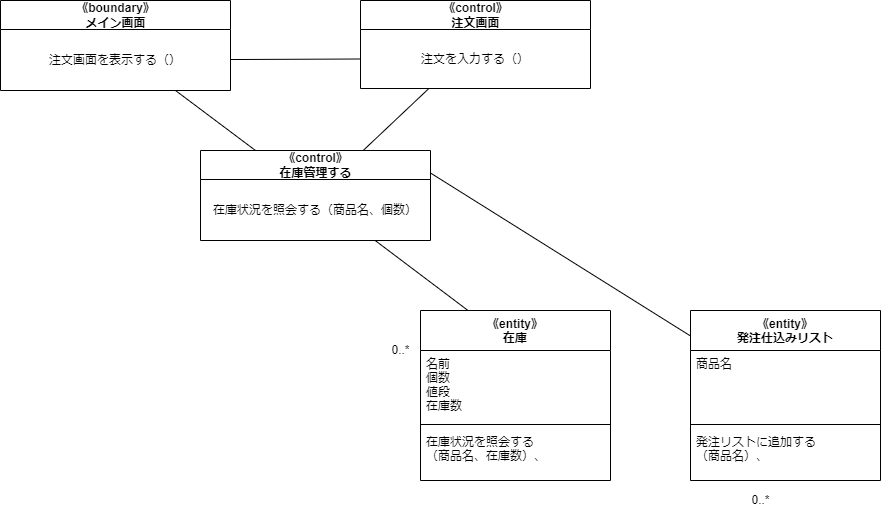
The draw.io diagram psp4/分析モデルのクラス図/分析モデルクラス図_オーダー.drawio.png in MasakiHiguchi/---, before a commit. Source tidied: cells renumbered, new cells last; positions are measured from the earlier drawing's top-left corner, leaving out a move shared by most shapes.
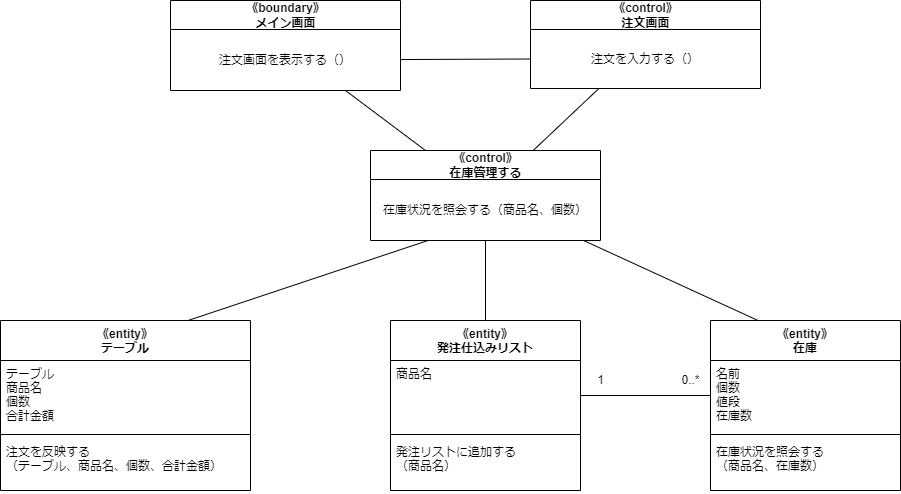
Later version of the same file.

The edit, as a diff of the source:
```diff
@@ -3,7 +3,7 @@
     <mxCell id="0" />
     <mxCell id="1" parent="0" />
     <mxCell id="2" value="《entity》&#10;在庫" style="swimlane;fontStyle=1;align=center;verticalAlign=top;horizontal=1;startSize=40;" parent="1" vertex="1">
-      <mxGeometry x="420" y="310" width="190" height="170" as="geometry" />
+      <mxGeometry x="540" y="320" width="190" height="170" as="geometry" />
     </mxCell>
     <mxCell id="3" value="名前&#10;個数&#10;値段&#10;在庫数" style="text;strokeColor=none;fillColor=none;align=left;verticalAlign=top;spacingLeft=4;spacingRight=4;overflow=hidden;points=[[0,0.5],[1,0.5]];portConstraint=eastwest;" parent="2" vertex="1">
       <mxGeometry y="40" width="190" height="70" as="geometry" />
@@ -11,12 +11,9 @@
     <mxCell id="4" style="line;strokeWidth=1;fillColor=none;align=left;verticalAlign=middle;spacingTop=-1;spacingLeft=3;spacingRight=3;labelPosition=right;strokeColor=inherit;" parent="2" vertex="1">
       <mxGeometry y="110" width="190" height="8" as="geometry" />
     </mxCell>
-    <mxCell id="5" value="在庫状況を照会する&#10;（商品名、在庫数）、" style="text;strokeColor=none;fillColor=none;align=left;verticalAlign=top;spacingLeft=4;spacingRight=4;overflow=hidden;" parent="2" vertex="1">
+    <mxCell id="5" value="在庫状況を照会する&#10;（商品名、在庫数）" style="text;strokeColor=none;fillColor=none;align=left;verticalAlign=top;spacingLeft=4;spacingRight=4;overflow=hidden;" parent="2" vertex="1">
       <mxGeometry y="118" width="190" height="52" as="geometry" />
     </mxCell>
-    <mxCell id="6" value="0..*" style="text;html=1;align=center;verticalAlign=middle;strokeColor=none;fillColor=none;" parent="1" vertex="1">
-      <mxGeometry x="380" y="335" width="40" height="30" as="geometry" />
-    </mxCell>
     <mxCell id="7" style="edgeStyle=none;html=1;entryX=0.25;entryY=0;entryDx=0;entryDy=0;endArrow=none;endFill=0;" parent="1" edge="1" source="8" target="2">
       <mxGeometry relative="1" as="geometry" />
     </mxCell>
@@ -47,23 +44,44 @@
     <mxCell id="16" style="edgeStyle=none;html=1;entryX=0;entryY=0.5;entryDx=0;entryDy=0;endArrow=none;endFill=0;" parent="1" edge="1" source="12" target="15">
       <mxGeometry relative="1" as="geometry" />
     </mxCell>
-    <mxCell id="17" style="edgeStyle=none;html=1;entryX=1;entryY=0.25;entryDx=0;entryDy=0;endArrow=none;endFill=0;" parent="1" edge="1" source="18" target="8">
+    <mxCell id="17" style="edgeStyle=none;html=1;exitX=0.5;exitY=0;exitDx=0;exitDy=0;entryX=0.5;entryY=0.995;entryDx=0;entryDy=0;endArrow=none;endFill=0;entryPerimeter=0;" parent="1" edge="1" source="18" target="9">
       <mxGeometry relative="1" as="geometry" />
     </mxCell>
     <mxCell id="18" value="《entity》&#10;発注仕込みリスト" style="swimlane;fontStyle=1;align=center;verticalAlign=top;horizontal=1;startSize=40;" parent="1" vertex="1">
-      <mxGeometry x="690" y="310" width="190" height="170" as="geometry" />
+      <mxGeometry x="220" y="320" width="190" height="170" as="geometry" />
     </mxCell>
-    <mxCell id="19" value="商品名" style="text;strokeColor=none;fillColor=none;align=left;verticalAlign=top;spacingLeft=4;spacingRight=4;overflow=hidden;points=[[0,0.5],[1,0.5]];portConstraint=eastwest;" parent="18" vertex="1">
+    <mxCell id="19" value="商品名&#10;" style="text;strokeColor=none;fillColor=none;align=left;verticalAlign=top;spacingLeft=4;spacingRight=4;overflow=hidden;points=[[0,0.5],[1,0.5]];portConstraint=eastwest;" parent="18" vertex="1">
       <mxGeometry y="40" width="190" height="70" as="geometry" />
     </mxCell>
     <mxCell id="20" style="line;strokeWidth=1;fillColor=none;align=left;verticalAlign=middle;spacingTop=-1;spacingLeft=3;spacingRight=3;labelPosition=right;strokeColor=inherit;" parent="18" vertex="1">
       <mxGeometry y="110" width="190" height="8" as="geometry" />
     </mxCell>
-    <mxCell id="21" value="発注リストに追加する&#10;（商品名）、" style="text;strokeColor=none;fillColor=none;align=left;verticalAlign=top;spacingLeft=4;spacingRight=4;overflow=hidden;" parent="18" vertex="1">
+    <mxCell id="21" value="発注リストに追加する&#10;（商品名）" style="text;strokeColor=none;fillColor=none;align=left;verticalAlign=top;spacingLeft=4;spacingRight=4;overflow=hidden;" parent="18" vertex="1">
       <mxGeometry y="118" width="190" height="52" as="geometry" />
     </mxCell>
-    <mxCell id="22" value="0..*" style="text;html=1;align=center;verticalAlign=middle;strokeColor=none;fillColor=none;" parent="1" vertex="1">
-      <mxGeometry x="740" y="485" width="40" height="30" as="geometry" />
-    </mxCell>
+    <mxCell id="23" style="edgeStyle=none;html=1;exitX=0.75;exitY=0;exitDx=0;exitDy=0;entryX=0.25;entryY=1;entryDx=0;entryDy=0;endArrow=none;endFill=0;" parent="1" edge="1" source="24" target="8">
+      <mxGeometry relative="1" as="geometry" />
+    </mxCell>
+    <mxCell id="24" value="《entity》&#10;テーブル" style="swimlane;fontStyle=1;align=center;verticalAlign=top;horizontal=1;startSize=40;" parent="1" vertex="1">
+      <mxGeometry x="-170" y="320" width="250" height="170" as="geometry" />
+    </mxCell>
+    <mxCell id="25" value="テーブル&#10;商品名&#10;個数&#10;合計金額" style="text;strokeColor=none;fillColor=none;align=left;verticalAlign=top;spacingLeft=4;spacingRight=4;overflow=hidden;" parent="24" vertex="1">
+      <mxGeometry y="40" width="250" height="70" as="geometry" />
+    </mxCell>
+    <mxCell id="26" style="line;strokeWidth=1;fillColor=none;align=left;verticalAlign=middle;spacingTop=-1;spacingLeft=3;spacingRight=3;labelPosition=right;strokeColor=inherit;" parent="24" vertex="1">
+      <mxGeometry y="110" width="250" height="8" as="geometry" />
+    </mxCell>
+    <mxCell id="27" value="注文を反映する&#10;（テーブル、商品名、個数、合計金額）" style="text;strokeColor=none;fillColor=none;align=left;verticalAlign=top;spacingLeft=4;spacingRight=4;overflow=hidden;" parent="24" vertex="1">
+      <mxGeometry y="118" width="250" height="52" as="geometry" />
+    </mxCell>
+    <mxCell id="28" style="edgeStyle=none;html=1;exitX=0;exitY=0.5;exitDx=0;exitDy=0;entryX=1;entryY=0.5;entryDx=0;entryDy=0;endArrow=none;endFill=0;" parent="1" edge="1" source="3" target="19">
+      <mxGeometry relative="1" as="geometry" />
+    </mxCell>
+    <mxCell id="29" value="1" style="text;html=1;align=center;verticalAlign=middle;strokeColor=none;fillColor=none;" parent="1" vertex="1">
+      <mxGeometry x="415" y="365" width="30" height="30" as="geometry" />
+    </mxCell>
+    <mxCell id="30" value="0..*" style="text;html=1;align=center;verticalAlign=middle;strokeColor=none;fillColor=none;" parent="1" vertex="1">
+      <mxGeometry x="500" y="365" width="40" height="30" as="geometry" />
+    </mxCell>
   </root>
 </mxGraphModel>
```
